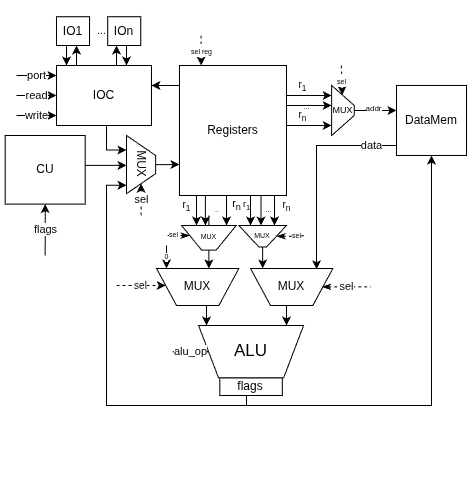
The draw.io diagram docs/schemas/DP-csa-lab4.png in awesoma31/csa-lab4, before a commit. Source tidied: cells renumbered, new cells last; positions are measured from the earlier drawing's top-left corner, leaving out a move shared by most shapes.
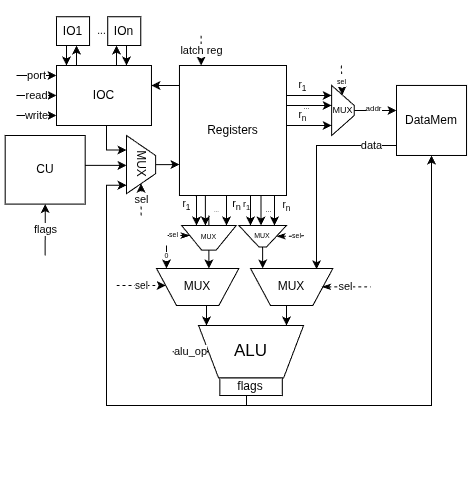
The same file after the commit.

The edit, as a diff of the source:
```diff
@@ -385,7 +385,7 @@
         </Array>
       </mxGeometry>
     </mxCell>
-    <mxCell id="70" value="&lt;font style=&quot;font-size: 7px;&quot;&gt;sel reg&lt;/font&gt;" style="endArrow=classic;html=1;rounded=0;dashed=1;" parent="1" edge="1">
+    <mxCell id="70" value="latch reg" style="endArrow=classic;html=1;rounded=0;dashed=1;" parent="1" edge="1">
       <mxGeometry relative="1" as="geometry">
         <mxPoint x="195.6" y="30" as="sourcePoint" />
         <mxPoint x="195.6" y="60" as="targetPoint" />
```
